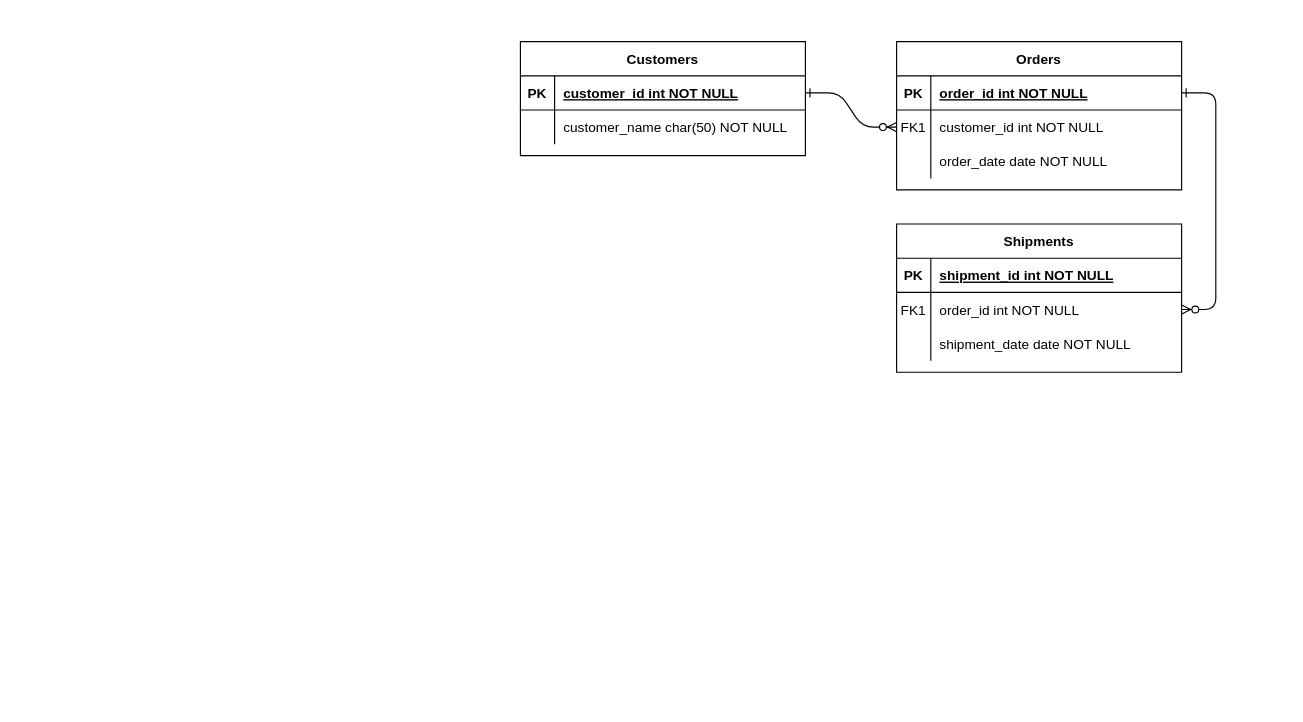
The draw.io diagram Untitled Diagram.drawio in Stanford-Peng/GovHack-DynamicPricing, before the edit. Source tidied: cells renumbered, new cells numbered last; positions are measured from the earlier drawing's top-left corner, leaving out a move shared by most shapes. Both pictures are drawn from the tidied source at 114%, with x=0, y=0 at pixel (520, 41).
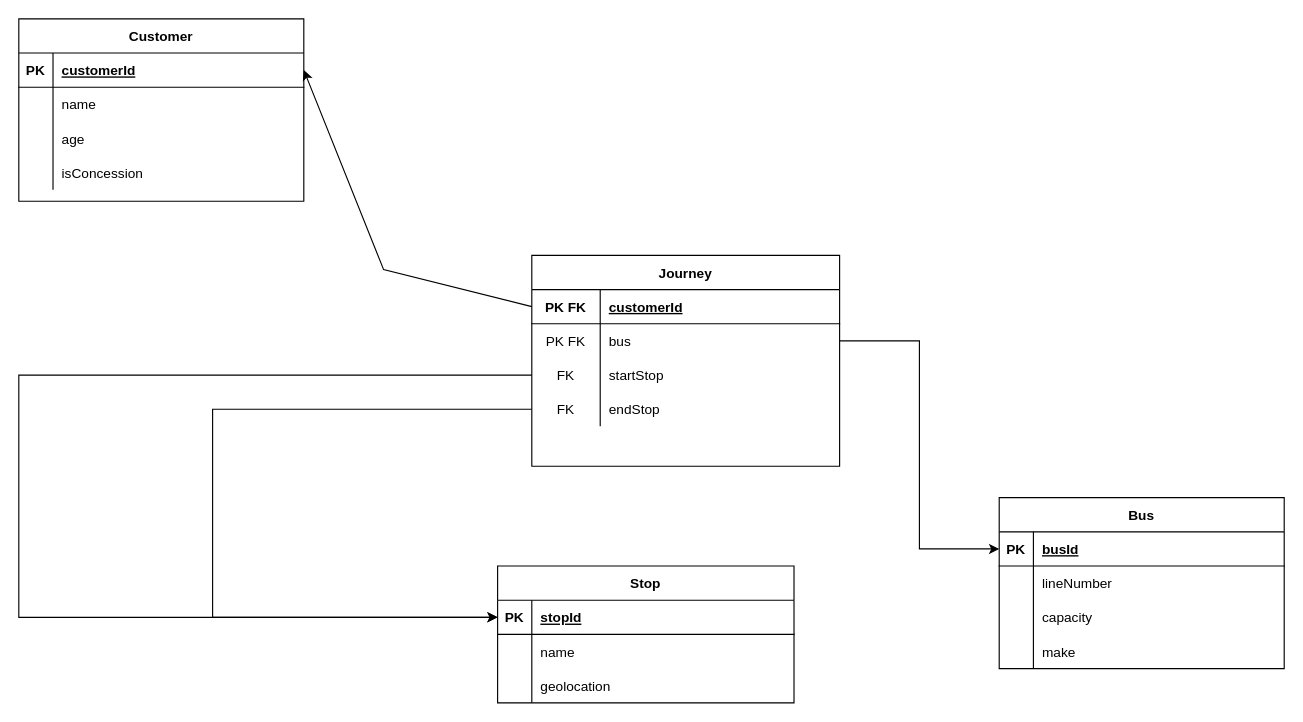
The same page after the edit.

The change refers to these unchanged cells:
```xml
<mxCell id="25" style="shape=partialRectangle;fillColor=none;points=[[0,0.5],[1,0.5]];portConstraint=eastwest;top=0;left=0;right=0;bottom=1;" parent="24" vertex="1">
  <mxGeometry y="30" width="250" height="30" as="geometry" />
</mxCell>
<mxCell id="28" style="shape=partialRectangle;fillColor=none;top=0;left=0;right=0;bottom=0;" parent="24" vertex="1">
  <mxGeometry y="60" width="250" height="30" as="geometry" />
</mxCell>
```

Change to the diagram source:
```diff
@@
-    <mxCell id="2" style="edgeStyle=entityRelationEdgeStyle;endArrow=ERzeroToMany;startArrow=ERone;endFill=1;startFill=0;" parent="1" edge="1" source="25" target="8">
-      <mxGeometry relative="1" as="geometry" />
-    </mxCell>
-    <mxCell id="3" style="edgeStyle=entityRelationEdgeStyle;endArrow=ERzeroToMany;startArrow=ERone;endFill=1;startFill=0;" parent="1" edge="1" source="5" target="18">
-      <mxGeometry relative="1" as="geometry" />
-    </mxCell>
-    <mxCell id="4" value="Orders" style="shape=table;startSize=30;childLayout=tableLayout;rowLines=0;fontStyle=1;align=center;" parent="1" vertex="1">
-      <mxGeometry x="330" width="250" height="130" as="geometry" />
+    <mxCell id="4" value="Stop" style="shape=table;startSize=30;childLayout=tableLayout;rowLines=0;fontStyle=1;align=center;" parent="1" vertex="1">
+      <mxGeometry x="-20" y="460" width="260" height="120" as="geometry" />
     </mxCell>
     <mxCell id="5" style="shape=partialRectangle;fillColor=none;points=[[0,0.5],[1,0.5]];portConstraint=eastwest;top=0;left=0;right=0;bottom=1;" parent="4" vertex="1">
-      <mxGeometry y="30" width="250" height="30" as="geometry" />
+      <mxGeometry y="30" width="260" height="30" as="geometry" />
     </mxCell>
@@
-    <mxCell id="7" value="order_id int NOT NULL " style="shape=partialRectangle;overflow=hidden;fillColor=none;top=0;left=0;bottom=0;right=0;align=left;spacingLeft=6;fontStyle=5;" parent="5" vertex="1">
-      <mxGeometry x="30" width="220" height="30" as="geometry" />
+    <mxCell id="7" value="stopId" style="shape=partialRectangle;overflow=hidden;fillColor=none;top=0;left=0;bottom=0;right=0;align=left;spacingLeft=6;fontStyle=5;" parent="5" vertex="1">
+      <mxGeometry x="30" width="230" height="30" as="geometry" />
     </mxCell>
     <mxCell id="8" style="shape=partialRectangle;fillColor=none;points=[[0,0.5],[1,0.5]];portConstraint=eastwest;top=0;left=0;right=0;bottom=0;" parent="4" vertex="1">
-      <mxGeometry y="60" width="250" height="30" as="geometry" />
+      <mxGeometry y="60" width="260" height="30" as="geometry" />
     </mxCell>
-    <mxCell id="9" value="FK1" style="shape=partialRectangle;overflow=hidden;fillColor=none;top=0;left=0;bottom=0;right=0;" parent="8" vertex="1">
+    <mxCell id="9" style="shape=partialRectangle;overflow=hidden;fillColor=none;top=0;left=0;bottom=0;right=0;" parent="8" vertex="1">
       <mxGeometry width="30" height="30" as="geometry" />
     </mxCell>
-    <mxCell id="10" value="customer_id int NOT NULL" style="shape=partialRectangle;overflow=hidden;fillColor=none;top=0;left=0;bottom=0;right=0;align=left;spacingLeft=6;" parent="8" vertex="1">
-      <mxGeometry x="30" width="220" height="30" as="geometry" />
+    <mxCell id="10" value="name" style="shape=partialRectangle;overflow=hidden;fillColor=none;top=0;left=0;bottom=0;right=0;align=left;spacingLeft=6;" parent="8" vertex="1">
+      <mxGeometry x="30" width="230" height="30" as="geometry" />
     </mxCell>
     <mxCell id="11" style="shape=partialRectangle;fillColor=none;top=0;left=0;right=0;bottom=0;" parent="4" vertex="1">
-      <mxGeometry y="90" width="250" height="30" as="geometry" />
+      <mxGeometry y="90" width="260" height="30" as="geometry" />
     </mxCell>
@@
-    <mxCell id="13" value="order_date date NOT NULL" style="shape=partialRectangle;overflow=hidden;fillColor=none;top=0;left=0;bottom=0;right=0;align=left;spacingLeft=6;" parent="11" vertex="1">
-      <mxGeometry x="30" width="220" height="30" as="geometry" />
+    <mxCell id="13" value="geolocation" style="shape=partialRectangle;overflow=hidden;fillColor=none;top=0;left=0;bottom=0;right=0;align=left;spacingLeft=6;" parent="11" vertex="1">
+      <mxGeometry x="30" width="230" height="30" as="geometry" />
     </mxCell>
-    <mxCell id="14" value="Shipments" style="shape=table;startSize=30;childLayout=tableLayout;rowLines=0;fontStyle=1;align=center;" parent="1" vertex="1">
-      <mxGeometry x="330" y="160" width="250" height="130" as="geometry" />
-    </mxCell>
-    <mxCell id="15" style="shape=partialRectangle;fillColor=none;points=[[0,0.5],[1,0.5]];portConstraint=eastwest;top=0;left=0;right=0;bottom=1;" parent="14" vertex="1">
-      <mxGeometry y="30" width="250" height="30" as="geometry" />
-    </mxCell>
-    <mxCell id="16" value="PK" style="shape=partialRectangle;overflow=hidden;fillColor=none;top=0;left=0;bottom=0;right=0;fontStyle=1;" parent="15" vertex="1">
-      <mxGeometry width="30" height="30" as="geometry" />
-    </mxCell>
-    <mxCell id="17" value="shipment_id int NOT NULL " style="shape=partialRectangle;overflow=hidden;fillColor=none;top=0;left=0;bottom=0;right=0;align=left;spacingLeft=6;fontStyle=5;" parent="15" vertex="1">
-      <mxGeometry x="30" width="220" height="30" as="geometry" />
-    </mxCell>
-    <mxCell id="18" style="shape=partialRectangle;fillColor=none;points=[[0,0.5],[1,0.5]];portConstraint=eastwest;top=0;left=0;right=0;bottom=0;" parent="14" vertex="1">
-      <mxGeometry y="60" width="250" height="30" as="geometry" />
-    </mxCell>
-    <mxCell id="19" value="FK1" style="shape=partialRectangle;overflow=hidden;fillColor=none;top=0;left=0;bottom=0;right=0;" parent="18" vertex="1">
-      <mxGeometry width="30" height="30" as="geometry" />
-    </mxCell>
-    <mxCell id="20" value="order_id int NOT NULL" style="shape=partialRectangle;overflow=hidden;fillColor=none;top=0;left=0;bottom=0;right=0;align=left;spacingLeft=6;" parent="18" vertex="1">
-      <mxGeometry x="30" width="220" height="30" as="geometry" />
-    </mxCell>
-    <mxCell id="21" style="shape=partialRectangle;fillColor=none;top=0;left=0;right=0;bottom=0;" parent="14" vertex="1">
-      <mxGeometry y="90" width="250" height="30" as="geometry" />
-    </mxCell>
-    <mxCell id="22" style="shape=partialRectangle;overflow=hidden;fillColor=none;top=0;left=0;bottom=0;right=0;" parent="21" vertex="1">
-      <mxGeometry width="30" height="30" as="geometry" />
-    </mxCell>
-    <mxCell id="23" value="shipment_date date NOT NULL" style="shape=partialRectangle;overflow=hidden;fillColor=none;top=0;left=0;bottom=0;right=0;align=left;spacingLeft=6;" parent="21" vertex="1">
-      <mxGeometry x="30" width="220" height="30" as="geometry" />
-    </mxCell>
-    <mxCell id="24" value="Customers" style="shape=table;startSize=30;childLayout=tableLayout;rowLines=0;fontStyle=1;align=center;" parent="1" vertex="1">
-      <mxGeometry width="250" height="100" as="geometry" />
+    <mxCell id="24" value="Bus" style="shape=table;startSize=30;childLayout=tableLayout;rowLines=0;fontStyle=1;align=center;" parent="1" vertex="1">
+      <mxGeometry x="420" y="400" width="250" height="150" as="geometry" />
     </mxCell>
@@
-    <mxCell id="27" value="customer_id int NOT NULL " style="shape=partialRectangle;overflow=hidden;fillColor=none;top=0;left=0;bottom=0;right=0;align=left;spacingLeft=6;fontStyle=5;" parent="25" vertex="1">
+    <mxCell id="27" value="busId" style="shape=partialRectangle;overflow=hidden;fillColor=none;top=0;left=0;bottom=0;right=0;align=left;spacingLeft=6;fontStyle=5;" parent="25" vertex="1">
       <mxGeometry x="30" width="220" height="30" as="geometry" />
     </mxCell>
@@
-    <mxCell id="30" value="customer_name char(50) NOT NULL" style="shape=partialRectangle;overflow=hidden;fillColor=none;top=0;left=0;bottom=0;right=0;align=left;spacingLeft=6;" parent="28" vertex="1">
+    <mxCell id="30" value="lineNumber" style="shape=partialRectangle;overflow=hidden;fillColor=none;top=0;left=0;bottom=0;right=0;align=left;spacingLeft=6;" parent="28" vertex="1">
       <mxGeometry x="30" width="220" height="30" as="geometry" />
     </mxCell>
+    <mxCell id="31" style="shape=partialRectangle;fillColor=none;top=0;left=0;right=0;bottom=0;" parent="24" vertex="1">
+      <mxGeometry y="90" width="250" height="30" as="geometry" />
+    </mxCell>
+    <mxCell id="32" style="shape=partialRectangle;overflow=hidden;fillColor=none;top=0;left=0;bottom=0;right=0;" parent="31" vertex="1">
+      <mxGeometry width="30" height="30" as="geometry" />
+    </mxCell>
+    <mxCell id="33" value="capacity" style="shape=partialRectangle;overflow=hidden;fillColor=none;top=0;left=0;bottom=0;right=0;align=left;spacingLeft=6;" parent="31" vertex="1">
+      <mxGeometry x="30" width="220" height="30" as="geometry" />
+    </mxCell>
+    <mxCell id="34" style="shape=partialRectangle;fillColor=none;top=0;left=0;right=0;bottom=0;" parent="24" vertex="1">
+      <mxGeometry y="120" width="250" height="30" as="geometry" />
+    </mxCell>
+    <mxCell id="35" style="shape=partialRectangle;overflow=hidden;fillColor=none;top=0;left=0;bottom=0;right=0;" parent="34" vertex="1">
+      <mxGeometry width="30" height="30" as="geometry" />
+    </mxCell>
+    <mxCell id="36" value="make" style="shape=partialRectangle;overflow=hidden;fillColor=none;top=0;left=0;bottom=0;right=0;align=left;spacingLeft=6;" parent="34" vertex="1">
+      <mxGeometry x="30" width="220" height="30" as="geometry" />
+    </mxCell>
+    <mxCell id="37" value="Journey" style="shape=table;startSize=30;childLayout=tableLayout;rowLines=0;fontStyle=1;align=center;" parent="1" vertex="1">
+      <mxGeometry x="10" y="187.5" width="270" height="185" as="geometry" />
+    </mxCell>
+    <mxCell id="38" style="shape=partialRectangle;fillColor=none;points=[[0,0.5],[1,0.5]];portConstraint=eastwest;top=0;left=0;right=0;bottom=1;" parent="37" vertex="1">
+      <mxGeometry y="30" width="270" height="30" as="geometry" />
+    </mxCell>
+    <mxCell id="39" value="PK FK" style="shape=partialRectangle;overflow=hidden;fillColor=none;top=0;left=0;bottom=0;right=0;fontStyle=1;" parent="38" vertex="1">
+      <mxGeometry width="60" height="30" as="geometry" />
+    </mxCell>
+    <mxCell id="40" value="customerId" style="shape=partialRectangle;overflow=hidden;fillColor=none;top=0;left=0;bottom=0;right=0;align=left;spacingLeft=6;fontStyle=5;" parent="38" vertex="1">
+      <mxGeometry x="60" width="210" height="30" as="geometry" />
+    </mxCell>
+    <mxCell id="41" style="shape=partialRectangle;fillColor=none;points=[[0,0.5],[1,0.5]];portConstraint=eastwest;top=0;left=0;right=0;bottom=0;" parent="37" vertex="1">
+      <mxGeometry y="60" width="270" height="30" as="geometry" />
+    </mxCell>
+    <mxCell id="42" value="PK FK" style="shape=partialRectangle;overflow=hidden;fillColor=none;top=0;left=0;bottom=0;right=0;" parent="41" vertex="1">
+      <mxGeometry width="60" height="30" as="geometry" />
+    </mxCell>
+    <mxCell id="43" value="bus" style="shape=partialRectangle;overflow=hidden;fillColor=none;top=0;left=0;bottom=0;right=0;align=left;spacingLeft=6;" parent="41" vertex="1">
+      <mxGeometry x="60" width="210" height="30" as="geometry" />
+    </mxCell>
+    <mxCell id="44" style="shape=partialRectangle;fillColor=none;points=[[0,0.5],[1,0.5]];portConstraint=eastwest;top=0;left=0;right=0;bottom=0;" parent="37" vertex="1">
+      <mxGeometry y="90" width="270" height="30" as="geometry" />
+    </mxCell>
+    <mxCell id="45" value="FK" style="shape=partialRectangle;overflow=hidden;fillColor=none;top=0;left=0;bottom=0;right=0;" parent="44" vertex="1">
+      <mxGeometry width="60" height="30" as="geometry" />
+    </mxCell>
+    <mxCell id="46" value="startStop" style="shape=partialRectangle;overflow=hidden;fillColor=none;top=0;left=0;bottom=0;right=0;align=left;spacingLeft=6;" parent="44" vertex="1">
+      <mxGeometry x="60" width="210" height="30" as="geometry" />
+    </mxCell>
+    <mxCell id="47" style="shape=partialRectangle;fillColor=none;points=[[0,0.5],[1,0.5]];portConstraint=eastwest;top=0;left=0;right=0;bottom=0;" parent="37" vertex="1">
+      <mxGeometry y="120" width="270" height="30" as="geometry" />
+    </mxCell>
+    <mxCell id="48" value="FK" style="shape=partialRectangle;overflow=hidden;fillColor=none;top=0;left=0;bottom=0;right=0;" parent="47" vertex="1">
+      <mxGeometry width="60" height="30" as="geometry" />
+    </mxCell>
+    <mxCell id="49" value="endStop" style="shape=partialRectangle;overflow=hidden;fillColor=none;top=0;left=0;bottom=0;right=0;align=left;spacingLeft=6;" parent="47" vertex="1">
+      <mxGeometry x="60" width="210" height="30" as="geometry" />
+    </mxCell>
+    <mxCell id="50" value="Customer" style="shape=table;startSize=30;childLayout=tableLayout;rowLines=0;fontStyle=1;align=center;" parent="1" vertex="1">
+      <mxGeometry x="-440" y="-20" width="250" height="160" as="geometry" />
+    </mxCell>
+    <mxCell id="15" style="shape=partialRectangle;fillColor=none;points=[[0,0.5],[1,0.5]];portConstraint=eastwest;top=0;left=0;right=0;bottom=1;" parent="50" vertex="1">
+      <mxGeometry y="30" width="250" height="30" as="geometry" />
+    </mxCell>
+    <mxCell id="16" value="PK" style="shape=partialRectangle;overflow=hidden;fillColor=none;top=0;left=0;bottom=0;right=0;fontStyle=1;" parent="15" vertex="1">
+      <mxGeometry width="30" height="30" as="geometry" />
+    </mxCell>
+    <mxCell id="51" value="customerId" style="shape=partialRectangle;overflow=hidden;fillColor=none;top=0;left=0;bottom=0;right=0;align=left;spacingLeft=6;fontStyle=5;" parent="15" vertex="1">
+      <mxGeometry x="30" width="220" height="30" as="geometry" />
+    </mxCell>
+    <mxCell id="18" style="shape=partialRectangle;fillColor=none;points=[[0,0.5],[1,0.5]];portConstraint=eastwest;top=0;left=0;right=0;bottom=0;" parent="50" vertex="1">
+      <mxGeometry y="60" width="250" height="30" as="geometry" />
+    </mxCell>
+    <mxCell id="52" style="shape=partialRectangle;overflow=hidden;fillColor=none;top=0;left=0;bottom=0;right=0;" parent="18" vertex="1">
+      <mxGeometry width="30" height="30" as="geometry" />
+    </mxCell>
+    <mxCell id="53" value="name" style="shape=partialRectangle;overflow=hidden;fillColor=none;top=0;left=0;bottom=0;right=0;align=left;spacingLeft=6;" parent="18" vertex="1">
+      <mxGeometry x="30" width="220" height="30" as="geometry" />
+    </mxCell>
+    <mxCell id="54" style="shape=partialRectangle;fillColor=none;top=0;left=0;right=0;bottom=0;" parent="50" vertex="1">
+      <mxGeometry y="90" width="250" height="30" as="geometry" />
+    </mxCell>
+    <mxCell id="55" style="shape=partialRectangle;overflow=hidden;fillColor=none;top=0;left=0;bottom=0;right=0;" parent="54" vertex="1">
+      <mxGeometry width="30" height="30" as="geometry" />
+    </mxCell>
+    <mxCell id="56" value="age" style="shape=partialRectangle;overflow=hidden;fillColor=none;top=0;left=0;bottom=0;right=0;align=left;spacingLeft=6;" parent="54" vertex="1">
+      <mxGeometry x="30" width="220" height="30" as="geometry" />
+    </mxCell>
+    <mxCell id="57" style="shape=partialRectangle;fillColor=none;top=0;left=0;right=0;bottom=0;" parent="50" vertex="1">
+      <mxGeometry y="120" width="250" height="30" as="geometry" />
+    </mxCell>
+    <mxCell id="58" style="shape=partialRectangle;overflow=hidden;fillColor=none;top=0;left=0;bottom=0;right=0;" parent="57" vertex="1">
+      <mxGeometry width="30" height="30" as="geometry" />
+    </mxCell>
+    <mxCell id="59" value="isConcession" style="shape=partialRectangle;overflow=hidden;fillColor=none;top=0;left=0;bottom=0;right=0;align=left;spacingLeft=6;" parent="57" vertex="1">
+      <mxGeometry x="30" width="220" height="30" as="geometry" />
+    </mxCell>
+    <mxCell id="60" style="rounded=0;jettySize=auto;html=1;exitX=0;exitY=0.5;exitDx=0;exitDy=0;entryX=1;entryY=0.5;entryDx=0;entryDy=0;" parent="1" edge="1" source="38" target="15">
+      <mxGeometry relative="1" as="geometry">
+        <Array as="points">
+          <mxPoint x="-120" y="200" />
+        </Array>
+      </mxGeometry>
+    </mxCell>
+    <mxCell id="61" style="edgeStyle=orthogonalEdgeStyle;rounded=0;jettySize=auto;html=1;exitX=1;exitY=0.5;exitDx=0;exitDy=0;entryX=0;entryY=0.5;entryDx=0;entryDy=0;" parent="1" edge="1" source="41" target="25">
+      <mxGeometry relative="1" as="geometry" />
+    </mxCell>
+    <mxCell id="62" style="edgeStyle=orthogonalEdgeStyle;rounded=0;jettySize=auto;html=1;exitX=0;exitY=0.5;exitDx=0;exitDy=0;entryX=0;entryY=0.5;entryDx=0;entryDy=0;" parent="1" edge="1" source="44" target="5">
+      <mxGeometry relative="1" as="geometry">
+        <Array as="points">
+          <mxPoint x="-440" y="293" />
+          <mxPoint x="-440" y="505" />
+        </Array>
+      </mxGeometry>
+    </mxCell>
+    <mxCell id="63" style="edgeStyle=orthogonalEdgeStyle;rounded=0;jettySize=auto;html=1;exitX=0;exitY=0.5;exitDx=0;exitDy=0;entryX=0;entryY=0.5;entryDx=0;entryDy=0;" parent="1" edge="1" source="47" target="5">
+      <mxGeometry relative="1" as="geometry">
+        <Array as="points">
+          <mxPoint x="-270" y="323" />
+          <mxPoint x="-270" y="505" />
+        </Array>
+      </mxGeometry>
+    </mxCell>
```
